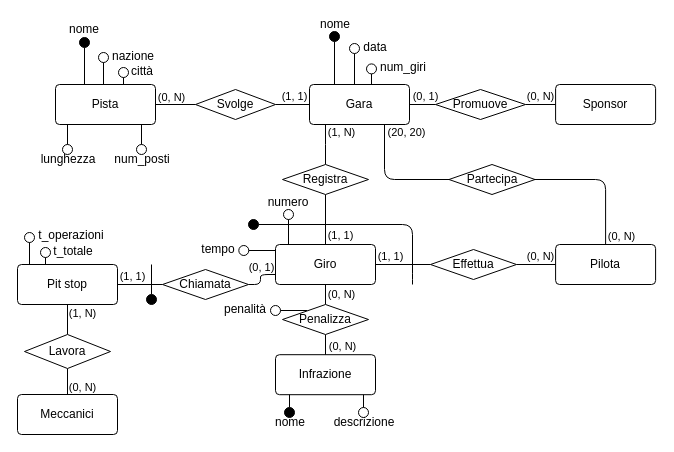
Above: er/gare_gara.drawio in NotXia/car-racing (draw.io), before the change. Source tidied: cells renumbered, new cells numbered last; positions are measured from the earlier drawing's top-left corner, leaving out a move shared by most shapes. Both pictures are drawn from the tidied source at 100%, with x=0, y=0 at pixel (17, 19).
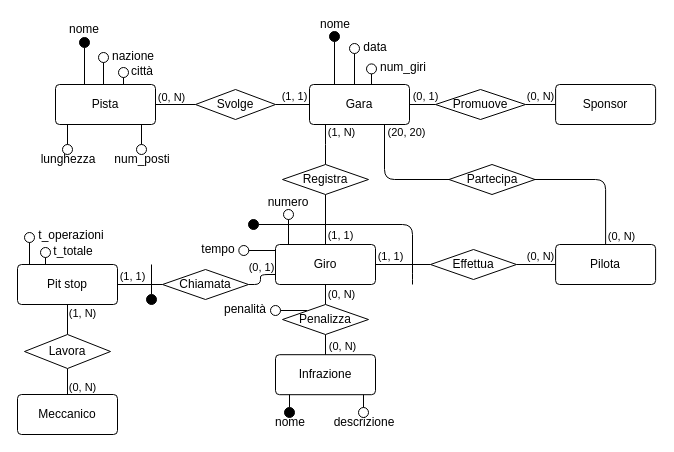
The same diagram, later.

Change to the diagram source:
```diff
@@
-    <mxCell id="98" value="Meccanici" style="rounded=1;arcSize=10;whiteSpace=wrap;html=1;align=center;" parent="1" vertex="1">
+    <mxCell id="98" value="&lt;div&gt;Meccanico&lt;/div&gt;" style="rounded=1;arcSize=10;whiteSpace=wrap;html=1;align=center;" parent="1" vertex="1">
       <mxGeometry y="375" width="100" height="40" as="geometry" />
     </mxCell>
```
